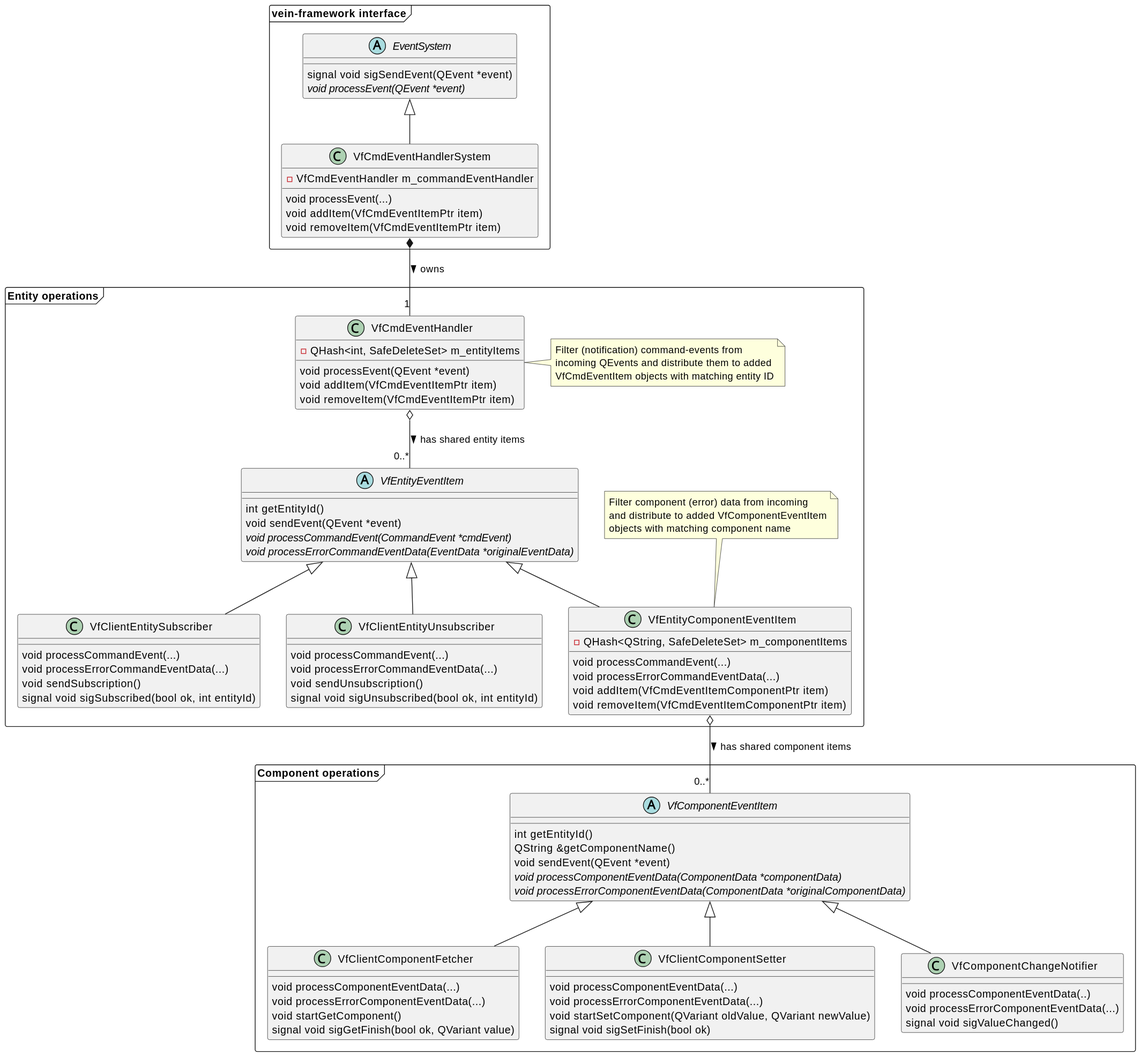
The PlantUML diagram convenient-code/doc/class-diagram.svg in ZeraGmbH/vein-framework, before a commit.
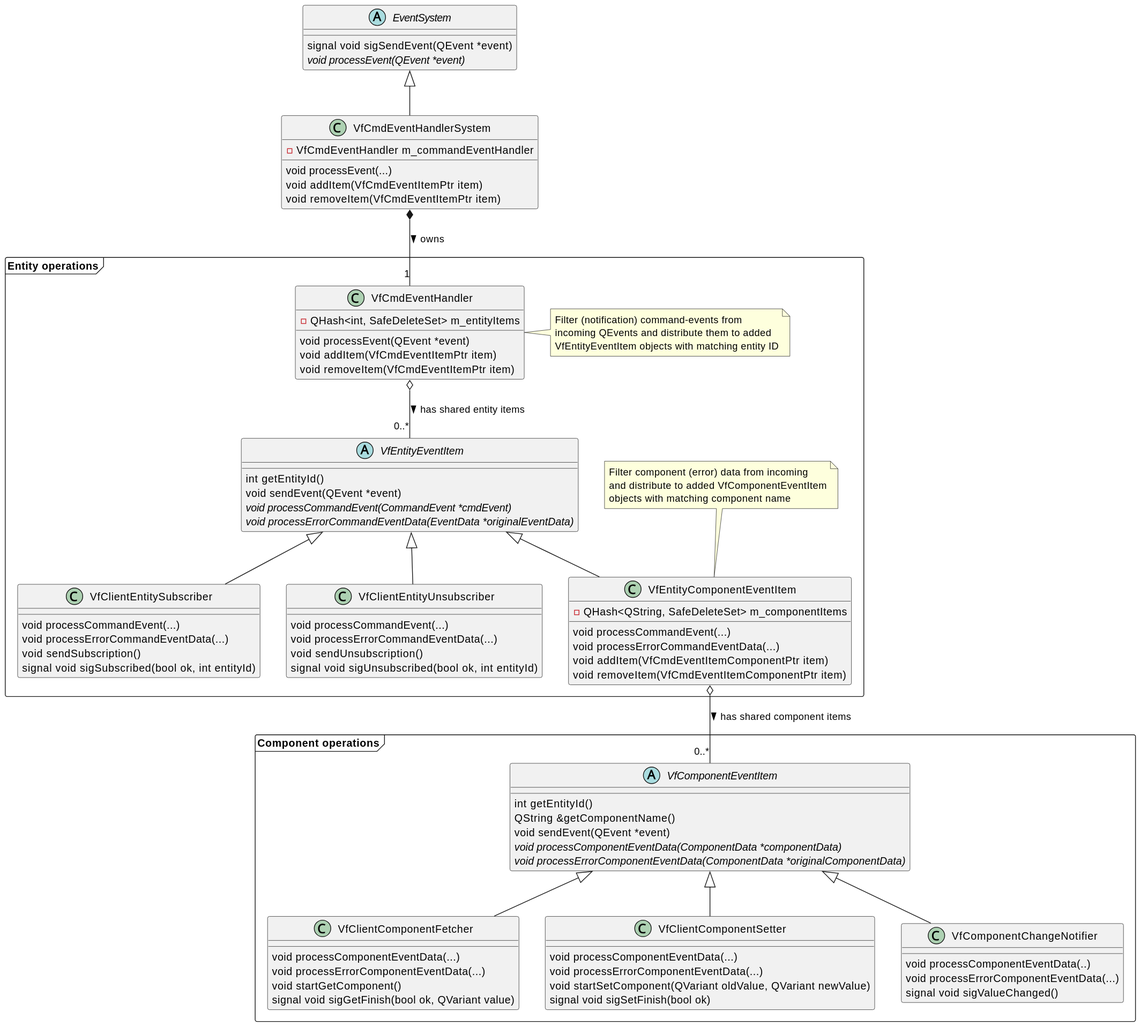
After the commit.

The edit, as a diff of the source:
```diff
@@ -1,16 +1,14 @@
 @startuml
-package "vein-framework interface" <<Frame>> {
-    abstract class EventSystem {
-        signal void sigSendEvent(QEvent *event)
-        {abstract} void processEvent(QEvent *event)
-    }
+abstract class EventSystem {
+    signal void sigSendEvent(QEvent *event)
+    {abstract} void processEvent(QEvent *event)
+}
 
-    class VfCmdEventHandlerSystem {
-        void processEvent(...)
-        void addItem(VfCmdEventItemPtr item)
-        void removeItem(VfCmdEventItemPtr item)
-        -VfCmdEventHandler m_commandEventHandler
-    }
+class VfCmdEventHandlerSystem {
+    void processEvent(...)
+    void addItem(VfCmdEventItemPtr item)
+    void removeItem(VfCmdEventItemPtr item)
+    -VfCmdEventHandler m_commandEventHandler
 }
 
 
@@ -21,7 +19,11 @@
         void removeItem(VfCmdEventItemPtr item)
         -QHash<int, SafeDeleteSet> m_entityItems
     }
-    note right: Filter (notification) command-events from\nincoming QEvents and distribute them to added\nVfCmdEventItem objects with matching entity ID
+    note right
+    Filter (notification) command-events from
+    incoming QEvents and distribute them to added
+    VfEntityEventItem objects with matching entity ID
+    end note
 
     abstract class VfEntityEventItem {
         int getEntityId()
@@ -51,7 +53,12 @@
         void removeItem(VfCmdEventItemComponentPtr item)
         -QHash<QString, SafeDeleteSet> m_componentItems
     }
-    note top: Filter component (error) data from incoming\nand distribute to added VfComponentEventItem\nobjects with matching component name
+    note top
+    Filter component (error) data from incoming
+    and distribute to added VfComponentEventItem
+    objects with matching component name
+    end note
+
     VfClientEntitySubscriber -[hidden]> VfClientEntityUnsubscriber
     VfClientEntityUnsubscriber -[hidden]> VfEntityComponentEventItem
 }
```
